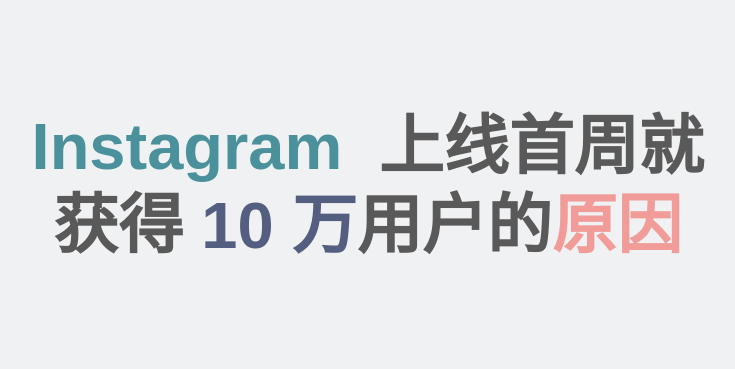
This is network/完全自主的国产数据库.drawio from xiaobaiTech/image, a draw.io file, before an edit. Source tidied: cells renumbered, new cells numbered last; positions are measured from the earlier drawing's top-left corner, leaving out a move shared by most shapes. Both pictures are drawn from the tidied source at 125%, with x=0, y=0 at pixel (21, 21).
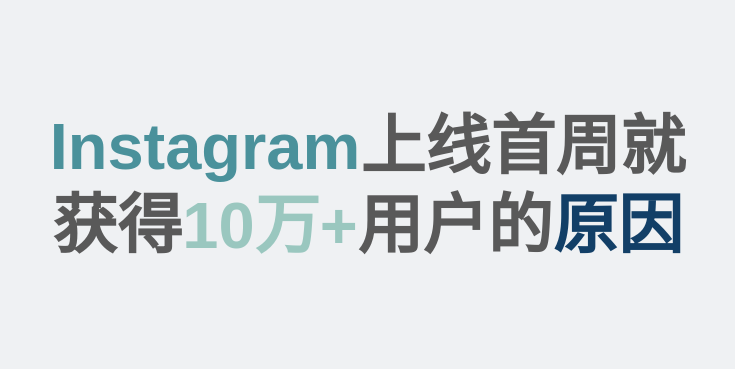
The same diagram, later.

Commit message (it also covers changes not shown here):
更新完全自主的国产数据库.drawio

The edit, as a diff of the source:
```diff
@@
 <mxGraphModel background="#EFF1F3">
   <root>
     <mxCell id="0" />
     <mxCell id="1" parent="0" />
-    <mxCell id="2" value="&lt;h1&gt;&lt;span style=&quot;font-size: 52px;&quot;&gt;&lt;font color=&quot;#4a919b&quot;&gt;Instagram &lt;/font&gt;&lt;font color=&quot;#ffffff&quot;&gt;&amp;nbsp;&lt;/font&gt;&lt;font color=&quot;#595959&quot;&gt;上线首周就获得 &lt;/font&gt;&lt;font color=&quot;#535e80&quot;&gt;10 万&lt;/font&gt;&lt;font color=&quot;#595959&quot;&gt;用户的&lt;/font&gt;&lt;font color=&quot;#f19c99&quot;&gt;原因&lt;/font&gt;&lt;/span&gt;&lt;br&gt;&lt;/h1&gt;" style="text;html=1;strokeColor=none;fillColor=none;align=center;verticalAlign=middle;whiteSpace=wrap;rounded=0;" parent="1" vertex="1">
+    <mxCell id="2" value="&lt;h1&gt;&lt;span style=&quot;font-size: 52px;&quot;&gt;&lt;font color=&quot;#4a919b&quot;&gt;Instagram&lt;/font&gt;&lt;font color=&quot;#595959&quot;&gt;上线首周就获得&lt;/font&gt;&lt;font color=&quot;#9ac7bf&quot;&gt;10万+&lt;/font&gt;&lt;font color=&quot;#595959&quot;&gt;用户的&lt;/font&gt;&lt;font color=&quot;#123f67&quot;&gt;原因&lt;/font&gt;&lt;/span&gt;&lt;br&gt;&lt;/h1&gt;" style="text;html=1;strokeColor=none;fillColor=none;align=center;verticalAlign=middle;whiteSpace=wrap;rounded=0;" parent="1" vertex="1">
       <mxGeometry width="554" height="261" as="geometry" />
     </mxCell>
   </root>
 </mxGraphModel>
```
